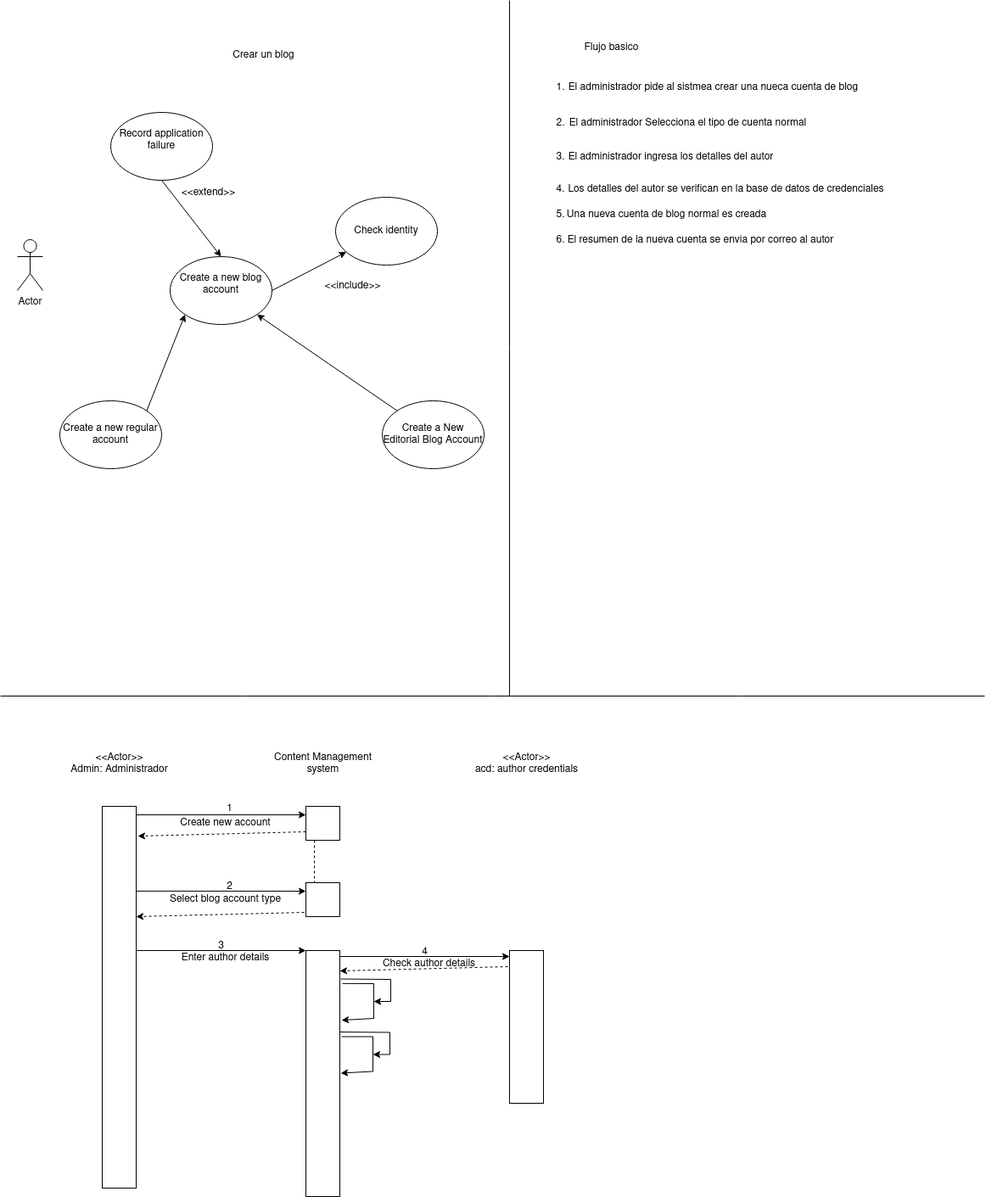
Above: DSejemplo.drawio.png in GermanOjeda/Tarea-ETS (draw.io), before the change. Source tidied: cells renumbered, new cells last; positions are measured from the earlier drawing's top-left corner, leaving out a move shared by most shapes.
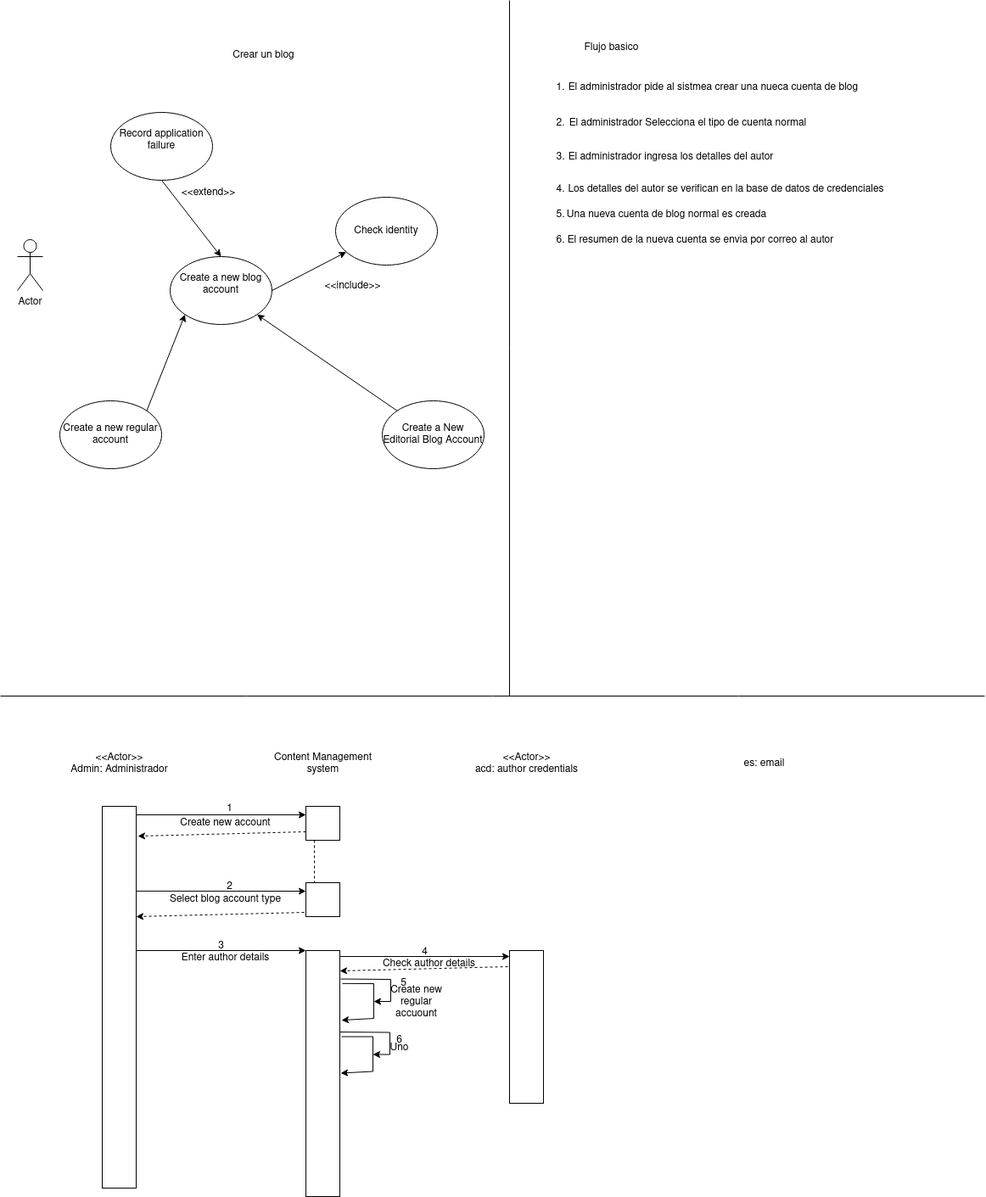
The same diagram one commit later.

Change to the diagram source:
```diff
@@ -218,5 +218,20 @@
         </Array>
       </mxGeometry>
     </mxCell>
+    <mxCell id="58" value="5" style="text;html=1;align=center;verticalAlign=middle;strokeColor=none;fillColor=none;" parent="1" vertex="1">
+      <mxGeometry x="460" y="1144" width="30" height="30" as="geometry" />
+    </mxCell>
+    <mxCell id="59" value="&lt;div&gt;Create new&lt;/div&gt;&lt;div&gt;regular&lt;/div&gt;&lt;div&gt;accuount&lt;br&gt;&lt;/div&gt;" style="text;html=1;align=center;verticalAlign=middle;strokeColor=none;fillColor=none;" parent="1" vertex="1">
+      <mxGeometry x="450" y="1151" width="80" height="60" as="geometry" />
+    </mxCell>
+    <mxCell id="60" value="6" style="text;html=1;align=center;verticalAlign=middle;strokeColor=none;fillColor=none;" parent="1" vertex="1">
+      <mxGeometry x="455" y="1211" width="30" height="30" as="geometry" />
+    </mxCell>
+    <mxCell id="61" value="Uno" style="text;html=1;align=center;verticalAlign=middle;strokeColor=none;fillColor=none;" parent="1" vertex="1">
+      <mxGeometry x="445" y="1220" width="50" height="30" as="geometry" />
+    </mxCell>
+    <mxCell id="62" value="&lt;div&gt;es: email&lt;/div&gt;" style="text;html=1;align=center;verticalAlign=middle;strokeColor=none;fillColor=none;" parent="1" vertex="1">
+      <mxGeometry x="865" y="885" width="70" height="30" as="geometry" />
+    </mxCell>
   </root>
 </mxGraphModel>
```
